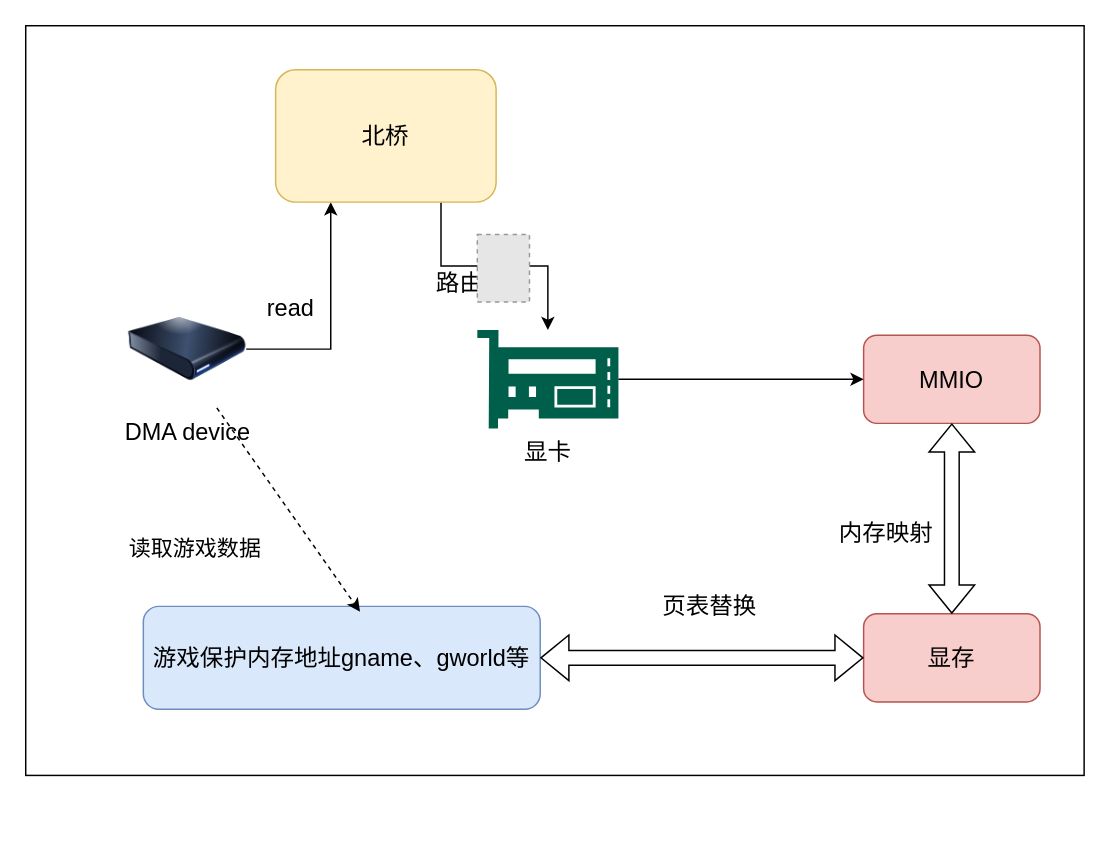
Above: testDirectory/DMA保护原理.drawio in Moose1273/- (draw.io), before the change. Source tidied: cells renumbered, new cells numbered last; positions are measured from the earlier drawing's top-left corner, leaving out a move shared by most shapes. Both pictures are drawn from the tidied source at 147%, with x=0, y=0 at pixel (25, 25). Pictures stored in the file or linked from it are replaced by grey dashed boxes.
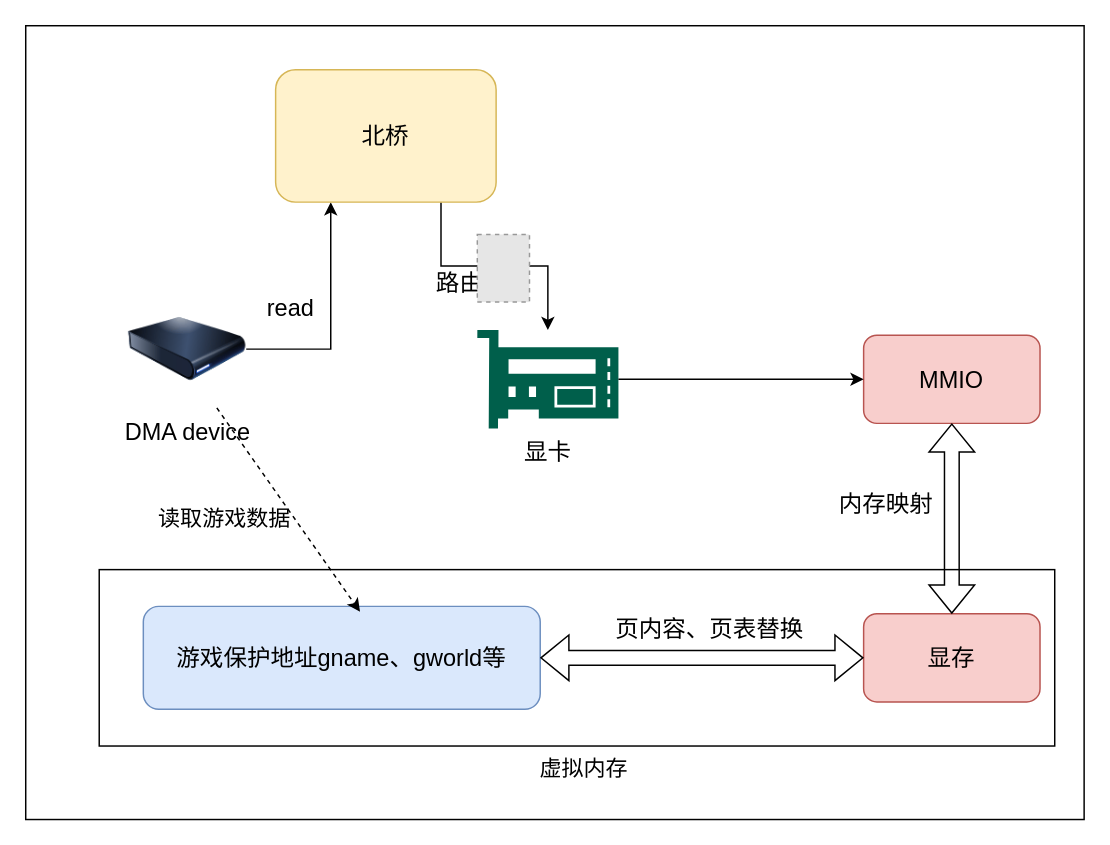
The same page after the edit.

Commit message:
更新DMA保护原理.drawio

What changed in the source:
```diff
@@
     <mxCell id="2" style="rounded=0;whiteSpace=wrap;html=1;fontSize=16;" parent="1" vertex="1">
-      <mxGeometry width="720" height="510" as="geometry" />
+      <mxGeometry width="720" height="540" as="geometry" />
     </mxCell>
@@
     <mxCell id="11" value="内存映射" style="text;html=1;align=center;verticalAlign=middle;strokeColor=none;fillColor=none;fontSize=16;" parent="1" vertex="1">
-      <mxGeometry x="540" y="330" width="90" height="30" as="geometry" />
+      <mxGeometry x="540" y="310" width="90" height="30" as="geometry" />
     </mxCell>
+    <mxCell id="21" style="rounded=0;whiteSpace=wrap;html=1;" parent="1" vertex="1">
+      <mxGeometry x="50" y="370" width="650" height="120" as="geometry" />
+    </mxCell>
-    <mxCell id="12" value="游戏保护内存地址gname、gworld等" style="rounded=1;whiteSpace=wrap;html=1;fillColor=#dae8fc;strokeColor=#6c8ebf;fontSize=16;" parent="1" vertex="1">
+    <mxCell id="12" value="游戏保护地址gname、gworld等" style="rounded=1;whiteSpace=wrap;html=1;fillColor=#dae8fc;strokeColor=#6c8ebf;fontSize=16;" parent="1" vertex="1">
       <mxGeometry x="80" y="395" width="270" height="70" as="geometry" />
     </mxCell>
-    <mxCell id="13" value="页表替换" style="text;html=1;align=center;verticalAlign=middle;strokeColor=none;fillColor=none;fontSize=16;" parent="1" vertex="1">
-      <mxGeometry x="420" y="380" width="90" height="30" as="geometry" />
+    <mxCell id="13" value="页内容、页表替换" style="text;html=1;align=center;verticalAlign=middle;strokeColor=none;fillColor=none;fontSize=16;" parent="1" vertex="1">
+      <mxGeometry x="390" y="395" width="150" height="30" as="geometry" />
     </mxCell>
@@
     <mxCell id="20" value="&lt;font style=&quot;font-size: 15px;&quot;&gt;读取游戏数据&lt;/font&gt;" style="text;html=1;align=center;verticalAlign=middle;strokeColor=none;fillColor=none;" parent="1" vertex="1">
-      <mxGeometry x="60" y="340" width="110" height="30" as="geometry" />
+      <mxGeometry x="80" y="320" width="110" height="30" as="geometry" />
     </mxCell>
+    <mxCell id="22" value="虚拟内存" style="text;html=1;whiteSpace=wrap;strokeColor=none;fillColor=none;align=center;verticalAlign=middle;rounded=0;fontSize=15;" parent="1" vertex="1">
+      <mxGeometry x="340" y="490" width="80" height="30" as="geometry" />
+    </mxCell>
```
